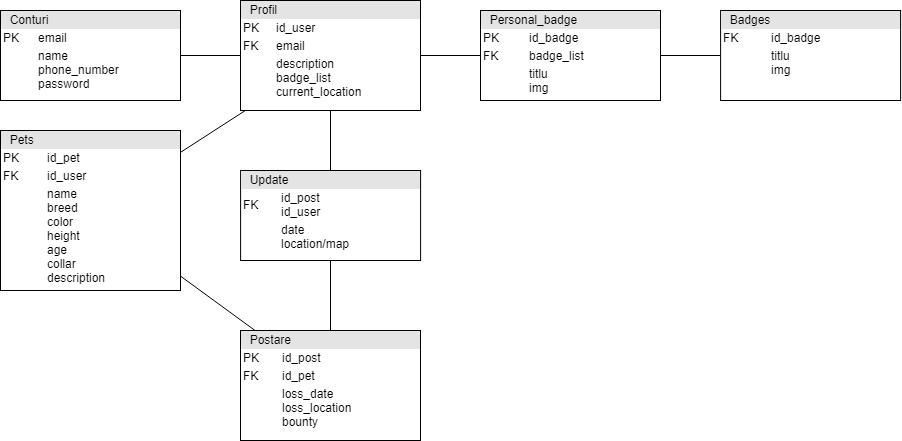
The draw.io diagram Documentatie/img/bd.png in teonasolescu/LostPets, before a commit. Source tidied: cells renumbered, new cells last; positions are measured from the earlier drawing's top-left corner, leaving out a move shared by most shapes.
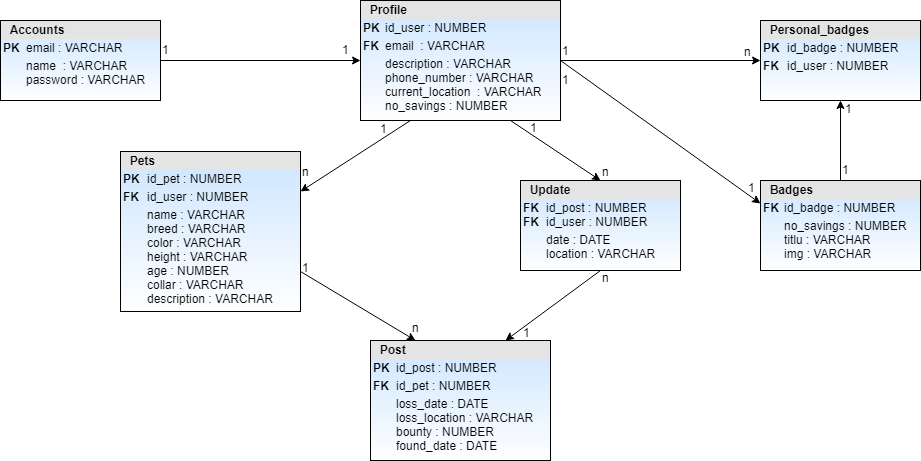
The same file after the commit.

Diff of the diagram source:
```diff
@@ -2,47 +2,98 @@
   <root>
     <mxCell id="0" />
     <mxCell id="1" parent="0" />
-    <mxCell id="2" value="&lt;div style=&quot;box-sizing: border-box ; width: 100% ; background: #e4e4e4 ; padding: 2px&quot;&gt;&amp;nbsp; Conturi&lt;/div&gt;&lt;table style=&quot;width: 100% ; font-size: 1em&quot; cellpadding=&quot;2&quot; cellspacing=&quot;0&quot;&gt;&lt;tbody&gt;&lt;tr&gt;&lt;td&gt;PK&lt;/td&gt;&lt;td&gt;email&lt;br&gt;&lt;/td&gt;&lt;/tr&gt;&lt;tr&gt;&lt;td&gt;&lt;br&gt;&lt;/td&gt;&lt;td&gt;name&lt;br&gt;phone_number&lt;br&gt;password&lt;br&gt;&lt;/td&gt;&lt;/tr&gt;&lt;tr&gt;&lt;td&gt;&lt;br&gt;&lt;/td&gt;&lt;td&gt;&lt;br&gt;&lt;/td&gt;&lt;/tr&gt;&lt;/tbody&gt;&lt;/table&gt;" style="verticalAlign=top;align=left;overflow=fill;html=1;fillColor=#ffffff;gradientColor=none;" parent="1" vertex="1">
-      <mxGeometry y="10" width="180" height="90" as="geometry" />
+    <mxCell id="2" value="&lt;div style=&quot;box-sizing: border-box ; width: 100% ; background: #e4e4e4 ; padding: 2px&quot;&gt;&lt;b&gt;&amp;nbsp; Accounts&lt;/b&gt;&lt;/div&gt;&lt;table style=&quot;width: 100% ; font-size: 1em&quot; cellpadding=&quot;2&quot; cellspacing=&quot;0&quot;&gt;&lt;tbody&gt;&lt;tr&gt;&lt;td&gt;&lt;b&gt;PK&lt;/b&gt;&lt;/td&gt;&lt;td&gt;email : VARCHAR&lt;br&gt;&lt;/td&gt;&lt;/tr&gt;&lt;tr&gt;&lt;td&gt;&lt;br&gt;&lt;/td&gt;&lt;td&gt;name&amp;nbsp;&amp;nbsp;: VARCHAR&lt;br&gt;password&amp;nbsp;: VARCHAR&lt;br&gt;&lt;/td&gt;&lt;/tr&gt;&lt;tr&gt;&lt;td&gt;&lt;br&gt;&lt;/td&gt;&lt;td&gt;&lt;br&gt;&lt;/td&gt;&lt;/tr&gt;&lt;/tbody&gt;&lt;/table&gt;" style="verticalAlign=top;align=left;overflow=fill;html=1;fillColor=#ffffff;gradientColor=#CCE5FF;gradientDirection=north;" parent="1" vertex="1">
+      <mxGeometry x="-40" y="10" width="160" height="80" as="geometry" />
     </mxCell>
-    <mxCell id="3" style="rounded=0;jettySize=auto;html=1;endArrow=none;endFill=0;" parent="1" edge="1" source="4" target="2">
+    <mxCell id="3" style="rounded=0;jettySize=auto;html=1;endArrow=none;endFill=0;startArrow=classic;startFill=1;" parent="1" edge="1" source="4" target="2">
       <mxGeometry relative="1" as="geometry" />
     </mxCell>
-    <mxCell id="4" value="&lt;div style=&quot;box-sizing: border-box ; width: 100% ; background: #e4e4e4 ; padding: 2px&quot;&gt;&amp;nbsp; Profil&lt;/div&gt;&lt;table style=&quot;width: 100% ; font-size: 1em&quot; cellpadding=&quot;2&quot; cellspacing=&quot;0&quot;&gt;&lt;tbody&gt;&lt;tr&gt;&lt;td&gt;PK&lt;/td&gt;&lt;td&gt;id_user&lt;/td&gt;&lt;/tr&gt;&lt;tr&gt;&lt;td&gt;FK&lt;/td&gt;&lt;td&gt;email&lt;/td&gt;&lt;/tr&gt;&lt;tr&gt;&lt;td&gt;&lt;/td&gt;&lt;td&gt;description&lt;br&gt;badge_list&lt;br&gt;current_location&lt;/td&gt;&lt;/tr&gt;&lt;/tbody&gt;&lt;/table&gt;" style="verticalAlign=top;align=left;overflow=fill;html=1;fillColor=#ffffff;gradientColor=none;" parent="1" vertex="1">
-      <mxGeometry x="240" width="180" height="110" as="geometry" />
+    <mxCell id="4" value="&lt;div style=&quot;box-sizing: border-box ; width: 100% ; background: #e4e4e4 ; padding: 2px&quot;&gt;&lt;b&gt;&amp;nbsp; Profile&lt;/b&gt;&lt;/div&gt;&lt;table style=&quot;width: 100% ; font-size: 1em&quot; cellpadding=&quot;2&quot; cellspacing=&quot;0&quot;&gt;&lt;tbody&gt;&lt;tr&gt;&lt;td&gt;&lt;b&gt;PK&lt;/b&gt;&lt;/td&gt;&lt;td&gt;id_user : NUMBER&lt;br&gt;&lt;/td&gt;&lt;/tr&gt;&lt;tr&gt;&lt;td&gt;&lt;b&gt;FK&lt;/b&gt;&lt;/td&gt;&lt;td&gt;email&amp;nbsp;&amp;nbsp;: VARCHAR&lt;/td&gt;&lt;/tr&gt;&lt;tr&gt;&lt;td&gt;&lt;/td&gt;&lt;td&gt;description&amp;nbsp;: VARCHAR&lt;br&gt;phone_number&amp;nbsp;: VARCHAR&lt;br&gt;current_location&amp;nbsp;&amp;nbsp;: VARCHAR&lt;br&gt;no_savings : NUMBER&lt;/td&gt;&lt;/tr&gt;&lt;/tbody&gt;&lt;/table&gt;" style="verticalAlign=top;align=left;overflow=fill;html=1;fillColor=#ffffff;gradientColor=#CCE5FF;gradientDirection=north;" parent="1" vertex="1">
+      <mxGeometry x="320" y="-10" width="200" height="120" as="geometry" />
     </mxCell>
-    <mxCell id="5" style="edgeStyle=none;rounded=0;jettySize=auto;html=1;exitX=0.5;exitY=1;exitDx=0;exitDy=0;entryX=0.5;entryY=0;entryDx=0;entryDy=0;startArrow=none;startFill=0;endArrow=none;endFill=0;" parent="1" edge="1" source="15" target="12">
+    <mxCell id="5" style="edgeStyle=none;rounded=0;jettySize=auto;html=1;exitX=0.5;exitY=1;exitDx=0;exitDy=0;entryX=0.75;entryY=0;entryDx=0;entryDy=0;startArrow=none;startFill=0;endArrow=classic;endFill=1;" parent="1" edge="1" source="15" target="12">
       <mxGeometry relative="1" as="geometry" />
     </mxCell>
-    <mxCell id="6" value="&lt;div style=&quot;box-sizing: border-box ; width: 100% ; background: #e4e4e4 ; padding: 2px&quot;&gt;&amp;nbsp; Pets&lt;/div&gt;&lt;table style=&quot;width: 100% ; font-size: 1em&quot; cellpadding=&quot;2&quot; cellspacing=&quot;0&quot;&gt;&lt;tbody&gt;&lt;tr&gt;&lt;td&gt;PK&lt;/td&gt;&lt;td&gt;id_pet&lt;/td&gt;&lt;/tr&gt;&lt;tr&gt;&lt;td&gt;FK&lt;/td&gt;&lt;td&gt;id_user&lt;/td&gt;&lt;/tr&gt;&lt;tr&gt;&lt;td&gt;&lt;/td&gt;&lt;td&gt;name&lt;br&gt;breed&lt;br&gt;color&lt;br&gt;height&lt;br&gt;age&lt;br&gt;collar&lt;br&gt;description&lt;/td&gt;&lt;/tr&gt;&lt;/tbody&gt;&lt;/table&gt;" style="verticalAlign=top;align=left;overflow=fill;html=1;fillColor=#ffffff;gradientColor=none;" parent="1" vertex="1">
-      <mxGeometry y="130" width="180" height="160" as="geometry" />
+    <mxCell id="6" value="&lt;div style=&quot;box-sizing: border-box ; width: 100% ; background: #e4e4e4 ; padding: 2px&quot;&gt;&amp;nbsp;&lt;b&gt; Pets&lt;/b&gt;&lt;/div&gt;&lt;table style=&quot;width: 100% ; font-size: 1em&quot; cellpadding=&quot;2&quot; cellspacing=&quot;0&quot;&gt;&lt;tbody&gt;&lt;tr&gt;&lt;td&gt;&lt;b&gt;PK&lt;/b&gt;&lt;/td&gt;&lt;td&gt;id_pet : NUMBER&lt;/td&gt;&lt;/tr&gt;&lt;tr&gt;&lt;td&gt;&lt;b&gt;FK&lt;/b&gt;&lt;/td&gt;&lt;td&gt;id_user : NUMBER&lt;/td&gt;&lt;/tr&gt;&lt;tr&gt;&lt;td&gt;&lt;/td&gt;&lt;td&gt;name&amp;nbsp;: VARCHAR&lt;br&gt;breed&amp;nbsp;: VARCHAR&lt;br&gt;color&amp;nbsp;: VARCHAR&lt;br&gt;height&amp;nbsp;: VARCHAR&lt;br&gt;age : NUMBER&lt;br&gt;collar : VARCHAR&lt;br&gt;description&amp;nbsp;: VARCHAR&lt;/td&gt;&lt;/tr&gt;&lt;/tbody&gt;&lt;/table&gt;" style="verticalAlign=top;align=left;overflow=fill;html=1;fillColor=#ffffff;gradientColor=#CCE5FF;gradientDirection=north;" parent="1" vertex="1">
+      <mxGeometry x="80" y="141" width="180" height="160" as="geometry" />
     </mxCell>
-    <mxCell id="7" style="rounded=0;jettySize=auto;html=1;endArrow=none;endFill=0;" parent="1" edge="1" source="8" target="4">
+    <mxCell id="7" style="rounded=0;jettySize=auto;html=1;endArrow=none;endFill=0;startArrow=classic;startFill=1;" parent="1" edge="1" source="8" target="4">
       <mxGeometry relative="1" as="geometry" />
     </mxCell>
-    <mxCell id="8" value="&lt;div style=&quot;box-sizing: border-box ; width: 100% ; background: #e4e4e4 ; padding: 2px&quot;&gt;&amp;nbsp; Personal_badge&lt;/div&gt;&lt;table style=&quot;width: 100% ; font-size: 1em&quot; cellpadding=&quot;2&quot; cellspacing=&quot;0&quot;&gt;&lt;tbody&gt;&lt;tr&gt;&lt;td&gt;PK&lt;/td&gt;&lt;td&gt;id_badge&lt;/td&gt;&lt;/tr&gt;&lt;tr&gt;&lt;td&gt;FK&lt;/td&gt;&lt;td&gt;badge_list&lt;/td&gt;&lt;/tr&gt;&lt;tr&gt;&lt;td&gt;&lt;/td&gt;&lt;td&gt;titlu&lt;br&gt;img&lt;/td&gt;&lt;/tr&gt;&lt;/tbody&gt;&lt;/table&gt;" style="verticalAlign=top;align=left;overflow=fill;html=1;fillColor=#ffffff;gradientColor=none;" parent="1" vertex="1">
-      <mxGeometry x="480" y="10" width="180" height="90" as="geometry" />
+    <mxCell id="8" value="&lt;div style=&quot;box-sizing: border-box ; width: 100% ; background: #e4e4e4 ; padding: 2px&quot;&gt;&lt;b&gt;&amp;nbsp; Personal_badges&lt;/b&gt;&lt;/div&gt;&lt;table style=&quot;width: 100% ; font-size: 1em&quot; cellpadding=&quot;2&quot; cellspacing=&quot;0&quot;&gt;&lt;tbody&gt;&lt;tr&gt;&lt;td&gt;&lt;b&gt;PK&lt;/b&gt;&lt;/td&gt;&lt;td&gt;id_badge : NUMBER&lt;/td&gt;&lt;/tr&gt;&lt;tr&gt;&lt;td&gt;&lt;b&gt;FK&lt;/b&gt;&lt;/td&gt;&lt;td&gt;id_user : NUMBER&lt;/td&gt;&lt;/tr&gt;&lt;tr&gt;&lt;td&gt;&lt;/td&gt;&lt;td&gt;&lt;br&gt;&lt;/td&gt;&lt;/tr&gt;&lt;/tbody&gt;&lt;/table&gt;" style="verticalAlign=top;align=left;overflow=fill;html=1;fillColor=#ffffff;gradientColor=#CCE5FF;gradientDirection=north;strokeColor=#000000;" parent="1" vertex="1">
+      <mxGeometry x="720" y="10" width="160" height="80" as="geometry" />
     </mxCell>
-    <mxCell id="9" style="rounded=0;jettySize=auto;html=1;endArrow=none;endFill=0;" parent="1" edge="1" source="10" target="8">
+    <mxCell id="9" style="rounded=0;jettySize=auto;html=1;endArrow=classic;endFill=1;startArrow=none;startFill=0;" parent="1" edge="1" source="10" target="8">
       <mxGeometry relative="1" as="geometry" />
     </mxCell>
-    <mxCell id="10" value="&lt;div style=&quot;box-sizing: border-box ; width: 100% ; background: #e4e4e4 ; padding: 2px&quot;&gt;&amp;nbsp; Badges&lt;/div&gt;&lt;table style=&quot;width: 100% ; font-size: 1em&quot; cellpadding=&quot;2&quot; cellspacing=&quot;0&quot;&gt;&lt;tbody&gt;&lt;tr&gt;&lt;td&gt;FK&lt;/td&gt;&lt;td&gt;id_badge&lt;/td&gt;&lt;/tr&gt;&lt;tr&gt;&lt;td&gt;&lt;br&gt;&lt;/td&gt;&lt;td&gt;titlu&lt;br&gt;img&lt;br&gt;&lt;/td&gt;&lt;/tr&gt;&lt;tr&gt;&lt;td&gt;&lt;br&gt;&lt;/td&gt;&lt;td&gt;&lt;br&gt;&lt;/td&gt;&lt;/tr&gt;&lt;/tbody&gt;&lt;/table&gt;" style="verticalAlign=top;align=left;overflow=fill;html=1;fillColor=#ffffff;gradientColor=none;" parent="1" vertex="1">
-      <mxGeometry x="720.1" y="10" width="180" height="90" as="geometry" />
+    <mxCell id="10" value="&lt;div style=&quot;box-sizing: border-box ; width: 100% ; background: #e4e4e4 ; padding: 2px&quot;&gt;&lt;b&gt;&amp;nbsp; Badges&lt;/b&gt;&lt;/div&gt;&lt;table style=&quot;width: 100% ; font-size: 1em&quot; cellpadding=&quot;2&quot; cellspacing=&quot;0&quot;&gt;&lt;tbody&gt;&lt;tr&gt;&lt;td&gt;&lt;b&gt;FK&lt;/b&gt;&lt;/td&gt;&lt;td&gt;id_badge : NUMBER&lt;/td&gt;&lt;/tr&gt;&lt;tr&gt;&lt;td&gt;&lt;br&gt;&lt;/td&gt;&lt;td&gt;no_savings : NUMBER&lt;br&gt;titlu&amp;nbsp;: VARCHAR&lt;br&gt;img&amp;nbsp;: VARCHAR&lt;br&gt;&lt;/td&gt;&lt;/tr&gt;&lt;tr&gt;&lt;td&gt;&lt;br&gt;&lt;/td&gt;&lt;td&gt;&lt;br&gt;&lt;/td&gt;&lt;/tr&gt;&lt;/tbody&gt;&lt;/table&gt;" style="verticalAlign=top;align=left;overflow=fill;html=1;fillColor=#ffffff;gradientColor=#CCE5FF;gradientDirection=north;" parent="1" vertex="1">
+      <mxGeometry x="720" y="170" width="160" height="90" as="geometry" />
     </mxCell>
-    <mxCell id="11" style="edgeStyle=none;rounded=0;jettySize=auto;html=1;startArrow=none;startFill=0;endArrow=none;endFill=0;" parent="1" edge="1" source="12" target="6">
+    <mxCell id="11" style="edgeStyle=none;rounded=0;jettySize=auto;html=1;startArrow=classic;startFill=1;endArrow=none;endFill=0;exitX=0.25;exitY=0;exitDx=0;exitDy=0;entryX=1;entryY=0.75;entryDx=0;entryDy=0;" parent="1" edge="1" source="12" target="6">
       <mxGeometry relative="1" as="geometry" />
     </mxCell>
-    <mxCell id="12" value="&lt;div style=&quot;box-sizing: border-box ; width: 100% ; background: #e4e4e4 ; padding: 2px&quot;&gt;&amp;nbsp; Postare&lt;/div&gt;&lt;table style=&quot;width: 100% ; font-size: 1em&quot; cellpadding=&quot;2&quot; cellspacing=&quot;0&quot;&gt;&lt;tbody&gt;&lt;tr&gt;&lt;td&gt;PK&lt;/td&gt;&lt;td&gt;id_post&lt;/td&gt;&lt;/tr&gt;&lt;tr&gt;&lt;td&gt;FK&lt;/td&gt;&lt;td&gt;id_pet&lt;/td&gt;&lt;/tr&gt;&lt;tr&gt;&lt;td&gt;&lt;/td&gt;&lt;td&gt;loss_date&lt;br&gt;loss_location&lt;br&gt;bounty&lt;/td&gt;&lt;/tr&gt;&lt;/tbody&gt;&lt;/table&gt;" style="verticalAlign=top;align=left;overflow=fill;html=1;fillColor=#ffffff;gradientColor=none;" parent="1" vertex="1">
-      <mxGeometry x="240" y="330" width="180" height="110" as="geometry" />
+    <mxCell id="12" value="&lt;div style=&quot;box-sizing: border-box ; width: 100% ; background: #e4e4e4 ; padding: 2px&quot;&gt;&amp;nbsp; &lt;b&gt;Post&lt;/b&gt;&lt;/div&gt;&lt;table style=&quot;width: 100% ; font-size: 1em&quot; cellpadding=&quot;2&quot; cellspacing=&quot;0&quot;&gt;&lt;tbody&gt;&lt;tr&gt;&lt;td&gt;&lt;b&gt;PK&lt;/b&gt;&lt;/td&gt;&lt;td&gt;id_post : NUMBER&lt;/td&gt;&lt;/tr&gt;&lt;tr&gt;&lt;td&gt;&lt;b&gt;FK&lt;/b&gt;&lt;/td&gt;&lt;td&gt;id_pet : NUMBER&lt;/td&gt;&lt;/tr&gt;&lt;tr&gt;&lt;td&gt;&lt;/td&gt;&lt;td&gt;loss_date : DATE&lt;br&gt;loss_location&amp;nbsp;: VARCHAR&lt;br&gt;bounty : NUMBER&lt;br&gt;found_date : DATE&lt;/td&gt;&lt;/tr&gt;&lt;/tbody&gt;&lt;/table&gt;" style="verticalAlign=top;align=left;overflow=fill;html=1;gradientDirection=north;gradientColor=#CCE5FF;" parent="1" vertex="1">
+      <mxGeometry x="330" y="330" width="180" height="120" as="geometry" />
     </mxCell>
-    <mxCell id="13" style="rounded=0;jettySize=auto;html=1;verticalAlign=middle;horizontal=1;startArrow=none;startFill=0;endArrow=none;endFill=0;" parent="1" edge="1" source="6" target="4">
+    <mxCell id="13" style="rounded=0;jettySize=auto;html=1;verticalAlign=middle;horizontal=1;startArrow=classic;startFill=1;endArrow=none;endFill=0;exitX=1;exitY=0.25;exitDx=0;exitDy=0;entryX=0.25;entryY=1;entryDx=0;entryDy=0;" parent="1" edge="1" source="6" target="4">
       <mxGeometry relative="1" as="geometry" />
     </mxCell>
-    <mxCell id="14" style="rounded=0;jettySize=auto;html=1;verticalAlign=middle;horizontal=1;startArrow=none;startFill=0;endArrow=none;endFill=0;exitX=0.5;exitY=0;exitDx=0;exitDy=0;entryX=0.5;entryY=1;entryDx=0;entryDy=0;" parent="1" edge="1" source="15" target="4">
+    <mxCell id="14" style="rounded=0;jettySize=auto;html=1;verticalAlign=middle;horizontal=1;startArrow=classic;startFill=1;endArrow=none;endFill=0;exitX=0.5;exitY=0;exitDx=0;exitDy=0;entryX=0.75;entryY=1;entryDx=0;entryDy=0;" parent="1" edge="1" source="15" target="4">
       <mxGeometry relative="1" as="geometry" />
     </mxCell>
-    <mxCell id="15" value="&lt;div style=&quot;box-sizing: border-box ; width: 100% ; background: #e4e4e4 ; padding: 2px&quot;&gt;&amp;nbsp; Update&lt;/div&gt;&lt;table style=&quot;width: 100% ; font-size: 1em&quot; cellpadding=&quot;2&quot; cellspacing=&quot;0&quot;&gt;&lt;tbody&gt;&lt;tr&gt;&lt;td&gt;FK&lt;/td&gt;&lt;td&gt;id_post&lt;br&gt;id_user&lt;/td&gt;&lt;/tr&gt;&lt;tr&gt;&lt;td&gt;&lt;br&gt;&lt;/td&gt;&lt;td&gt;date&lt;br&gt;location/map&lt;br&gt;&lt;/td&gt;&lt;/tr&gt;&lt;tr&gt;&lt;td&gt;&lt;br&gt;&lt;/td&gt;&lt;td&gt;&lt;br&gt;&lt;/td&gt;&lt;/tr&gt;&lt;/tbody&gt;&lt;/table&gt;" style="verticalAlign=top;align=left;overflow=fill;html=1;fillColor=#ffffff;gradientColor=none;" parent="1" vertex="1">
-      <mxGeometry x="240.1" y="170" width="180" height="90" as="geometry" />
+    <mxCell id="15" value="&lt;div style=&quot;box-sizing: border-box ; width: 100% ; background: #e4e4e4 ; padding: 2px&quot;&gt;&lt;b&gt;&amp;nbsp; Update&lt;/b&gt;&lt;/div&gt;&lt;table style=&quot;width: 100% ; font-size: 1em&quot; cellpadding=&quot;2&quot; cellspacing=&quot;0&quot;&gt;&lt;tbody&gt;&lt;tr&gt;&lt;td&gt;&lt;b&gt;FK&lt;/b&gt;&lt;br&gt;&lt;b&gt;FK&lt;/b&gt;&lt;br&gt;&lt;/td&gt;&lt;td&gt;id_post : NUMBER&lt;br&gt;id_user : NUMBER&lt;/td&gt;&lt;/tr&gt;&lt;tr&gt;&lt;td&gt;&lt;br&gt;&lt;/td&gt;&lt;td&gt;date : DATE&lt;br&gt;location : VARCHAR&lt;br&gt;&lt;/td&gt;&lt;/tr&gt;&lt;tr&gt;&lt;td&gt;&lt;br&gt;&lt;/td&gt;&lt;td&gt;&lt;br&gt;&lt;/td&gt;&lt;/tr&gt;&lt;/tbody&gt;&lt;/table&gt;" style="verticalAlign=top;align=left;overflow=fill;html=1;gradientColor=#CCE5FF;gradientDirection=north;" parent="1" vertex="1">
+      <mxGeometry x="480" y="170" width="160" height="90" as="geometry" />
     </mxCell>
+    <mxCell id="16" value="1" style="text;html=1;align=left;verticalAlign=top;spacingTop=-4;" parent="1" vertex="1">
+      <mxGeometry x="120" y="30" width="20" height="20" as="geometry" />
+    </mxCell>
+    <mxCell id="17" value="1" style="text;html=1;align=left;verticalAlign=top;spacingTop=-4;" parent="1" vertex="1">
+      <mxGeometry x="300" y="30" width="20" height="20" as="geometry" />
+    </mxCell>
+    <mxCell id="18" style="rounded=0;jettySize=auto;html=1;startArrow=none;startFill=0;endArrow=classic;endFill=1;exitX=1;exitY=0.5;exitDx=0;exitDy=0;entryX=0;entryY=0.25;entryDx=0;entryDy=0;" parent="1" edge="1" source="4" target="10">
+      <mxGeometry relative="1" as="geometry" />
+    </mxCell>
+    <mxCell id="19" value="1" style="text;html=1;align=left;verticalAlign=top;spacingTop=-4;" parent="1" vertex="1">
+      <mxGeometry x="520" y="31" width="20" height="20" as="geometry" />
+    </mxCell>
+    <mxCell id="20" value="n" style="text;html=1;align=left;verticalAlign=top;spacingTop=-4;" parent="1" vertex="1">
+      <mxGeometry x="260" y="152" width="20" height="20" as="geometry" />
+    </mxCell>
+    <mxCell id="21" value="1" style="text;html=1;align=left;verticalAlign=top;spacingTop=-4;" parent="1" vertex="1">
+      <mxGeometry x="338" y="109" width="20" height="20" as="geometry" />
+    </mxCell>
+    <mxCell id="22" value="1" style="text;html=1;align=left;verticalAlign=top;spacingTop=-4;" parent="1" vertex="1">
+      <mxGeometry x="260" y="248" width="20" height="20" as="geometry" />
+    </mxCell>
+    <mxCell id="23" value="n" style="text;html=1;align=left;verticalAlign=top;spacingTop=-4;" parent="1" vertex="1">
+      <mxGeometry x="370" y="308" width="20" height="20" as="geometry" />
+    </mxCell>
+    <mxCell id="24" value="1" style="text;html=1;align=left;verticalAlign=top;spacingTop=-4;" parent="1" vertex="1">
+      <mxGeometry x="488" y="108" width="20" height="20" as="geometry" />
+    </mxCell>
+    <mxCell id="25" value="n" style="text;html=1;align=left;verticalAlign=top;spacingTop=-4;" parent="1" vertex="1">
+      <mxGeometry x="560" y="152" width="20" height="20" as="geometry" />
+    </mxCell>
+    <mxCell id="26" value="1" style="text;html=1;align=left;verticalAlign=top;spacingTop=-4;" parent="1" vertex="1">
+      <mxGeometry x="481" y="313" width="20" height="20" as="geometry" />
+    </mxCell>
+    <mxCell id="27" value="n" style="text;html=1;align=left;verticalAlign=top;spacingTop=-4;" parent="1" vertex="1">
+      <mxGeometry x="560" y="258" width="20" height="20" as="geometry" />
+    </mxCell>
+    <mxCell id="28" value="n" style="text;html=1;align=left;verticalAlign=top;spacingTop=-4;" parent="1" vertex="1">
+      <mxGeometry x="702" y="32" width="20" height="20" as="geometry" />
+    </mxCell>
+    <mxCell id="29" value="1" style="text;html=1;align=left;verticalAlign=top;spacingTop=-4;" parent="1" vertex="1">
+      <mxGeometry x="800" y="150" width="20" height="20" as="geometry" />
+    </mxCell>
+    <mxCell id="30" value="1" style="text;html=1;align=left;verticalAlign=top;spacingTop=-4;" parent="1" vertex="1">
+      <mxGeometry x="803" y="89" width="20" height="20" as="geometry" />
+    </mxCell>
+    <mxCell id="31" value="1" style="text;html=1;align=left;verticalAlign=top;spacingTop=-4;" parent="1" vertex="1">
+      <mxGeometry x="706" y="168" width="20" height="20" as="geometry" />
+    </mxCell>
+    <mxCell id="32" value="1" style="text;html=1;align=left;verticalAlign=top;spacingTop=-4;" parent="1" vertex="1">
+      <mxGeometry x="520" y="60" width="20" height="20" as="geometry" />
+    </mxCell>
   </root>
 </mxGraphModel>
```
